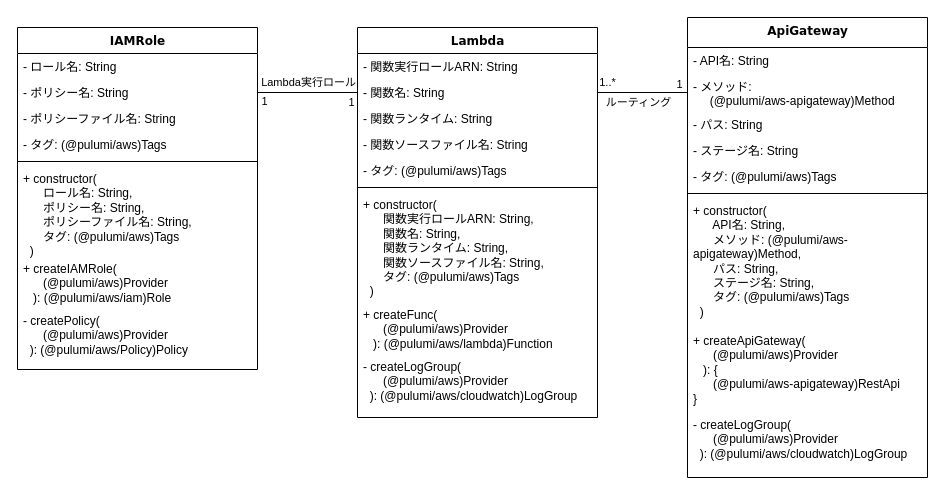
takata-kento/InfraPicToTxt keeps this draw.io diagram as .docs/PicToTextInfraClass.drawio. Above is the earlier version. Source tidied: cells renumbered, new cells numbered last; positions are measured from the earlier drawing's top-left corner, leaving out a move shared by most shapes. Both pictures are drawn from the tidied source at 100%, with x=0, y=0 at pixel (17, 17).
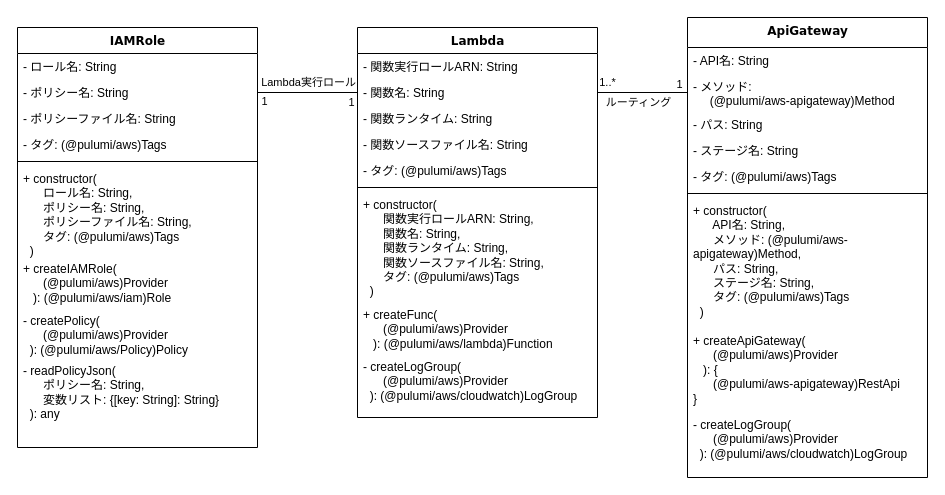
After the change.

Commit message (it also covers changes not shown here):
クラス図にreadPolicyJsonメソッドを追加

The edit, as a diff of the source:
```diff
@@
     <mxCell id="28" value="IAMRole" style="swimlane;html=1;fontStyle=1;align=center;verticalAlign=top;horizontal=1;startSize=26;swimlaneFillColor=#ffffff;rounded=0;shadow=0;comic=0;labelBackgroundColor=none;strokeWidth=1;fillColor=none;fontFamily=Verdana;fontSize=12;" parent="1" vertex="1">
-      <mxGeometry y="10" width="240" height="342" as="geometry" />
+      <mxGeometry y="10" width="240" height="420" as="geometry" />
     </mxCell>
@@
+    <mxCell id="41" value="- readPolicyJson(&lt;div&gt;&amp;nbsp; &amp;nbsp; &amp;nbsp; ポリシー名: String,&lt;/div&gt;&lt;div&gt;&lt;span style=&quot;background-color: initial;&quot;&gt;&amp;nbsp; &amp;nbsp; &amp;nbsp; 変数リスト: {[key: String]: String}&lt;/span&gt;&lt;/div&gt;&lt;div&gt;&lt;span style=&quot;background-color: initial;&quot;&gt;&amp;nbsp; ): any&lt;/span&gt;&lt;/div&gt;" style="text;html=1;strokeColor=none;fillColor=none;align=left;verticalAlign=top;spacingLeft=4;spacingRight=4;whiteSpace=wrap;overflow=hidden;" parent="28" vertex="1">
+      <mxGeometry y="330" width="240" height="70" as="geometry" />
+    </mxCell>
```
